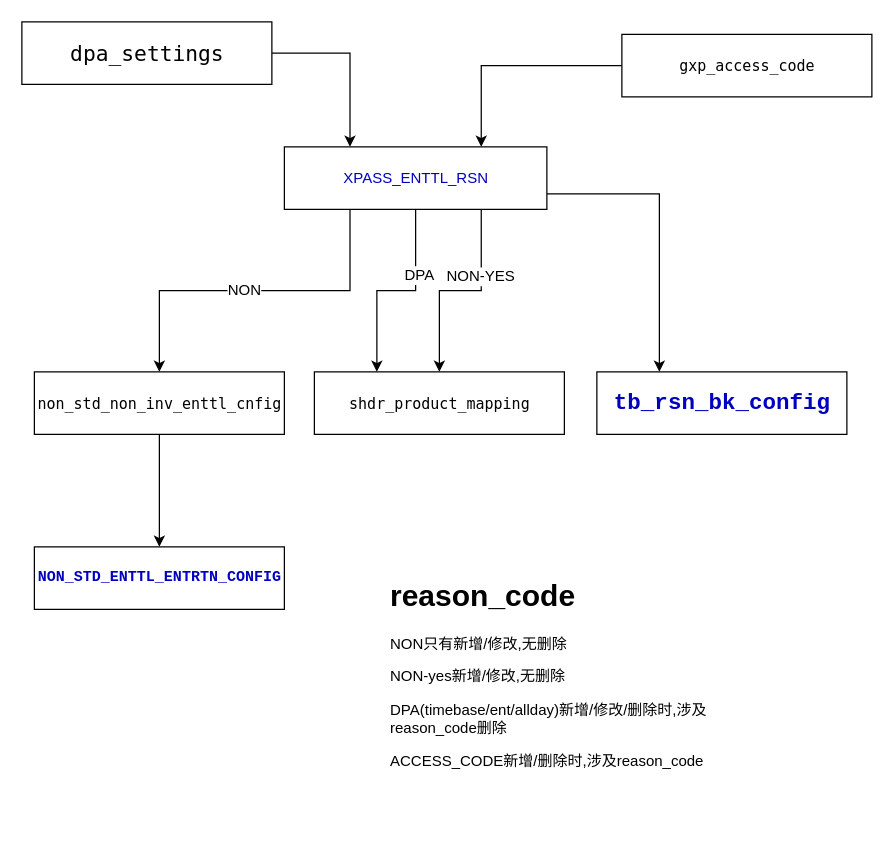
The draw.io diagram disney/reason_code.drawio in lixyu/draw, before the edit. Source tidied: cells renumbered, new cells numbered last; positions are measured from the earlier drawing's top-left corner, leaving out a move shared by most shapes. Both pictures are drawn from the tidied source at 125%, with x=0, y=0 at pixel (21, 21).
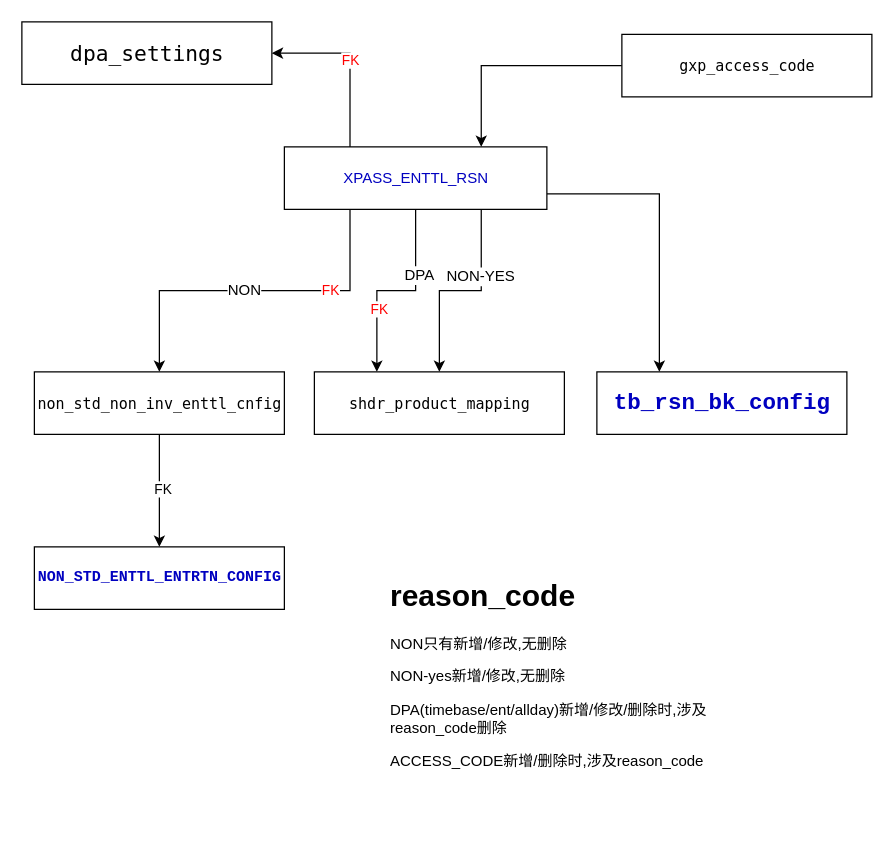
The same page after the edit.

The change refers to these unchanged cells:
```xml
<mxCell id="2" style="edgeStyle=orthogonalEdgeStyle;rounded=0;jettySize=auto;html=1;exitX=0.25;exitY=1;exitDx=0;exitDy=0;fontSize=12;" parent="1" edge="1" source="9" target="12">
  <mxGeometry relative="1" as="geometry" />
</mxCell>
<mxCell id="4" style="edgeStyle=orthogonalEdgeStyle;rounded=0;jettySize=auto;html=1;exitX=0.5;exitY=1;exitDx=0;exitDy=0;entryX=0.25;entryY=0;entryDx=0;entryDy=0;fontSize=12;" parent="1" edge="1" source="9" target="13">
  <mxGeometry relative="1" as="geometry" />
</mxCell>
<mxCell id="9" value="&lt;p style=&quot;background-color: rgb(255 , 255 , 255) ; color: rgb(51 , 51 , 51)&quot;&gt;&lt;span style=&quot;color: rgb(0 , 0 , 192)&quot;&gt;&lt;font style=&quot;font-size: 12px&quot;&gt;XPASS_ENTTL_RSN&lt;/font&gt;&lt;/span&gt;&lt;/p&gt;" style="html=1;" parent="1" vertex="1">
  <mxGeometry x="210" y="100" width="210" height="50" as="geometry" />
</mxCell>
<mxCell id="11" style="edgeStyle=orthogonalEdgeStyle;rounded=0;jettySize=auto;html=1;exitX=0.5;exitY=1;exitDx=0;exitDy=0;fontSize=12;" parent="1" edge="1" source="12" target="10">
  <mxGeometry relative="1" as="geometry" />
</mxCell>
<mxCell id="18" value="&lt;pre style=&quot;background-color: rgb(255 , 255 , 255) ; color: rgb(51 , 51 , 51)&quot;&gt;&lt;p class=&quot;p1&quot; style=&quot;margin: 0px ; font-stretch: normal ; font-size: 17px ; line-height: normal ; font-family: &amp;#34;menlo&amp;#34; ; color: rgb(0 , 0 , 0)&quot;&gt;dpa_settings&lt;/p&gt;&lt;/pre&gt;" style="html=1;" parent="1" vertex="1">
  <mxGeometry width="200" height="50" as="geometry" />
</mxCell>
```

Change to the diagram source:
```diff
@@
+    <mxCell id="20" value="&lt;font color=&quot;#ff0000&quot;&gt;FK&lt;/font&gt;" style="edgeLabel;html=1;align=center;verticalAlign=middle;" parent="2" vertex="1">
+      <mxGeometry x="-0.43" y="-1" relative="1" as="geometry" />
+    </mxCell>
@@
+    <mxCell id="21" value="&lt;font color=&quot;#ff0000&quot;&gt;FK&lt;/font&gt;" style="edgeLabel;html=1;align=center;verticalAlign=middle;" parent="4" vertex="1">
+      <mxGeometry x="0.37" y="1" relative="1" as="geometry" />
+    </mxCell>
@@
+    <mxCell id="22" value="&lt;font color=&quot;#ff0000&quot;&gt;FK&lt;/font&gt;" style="edgeStyle=orthogonalEdgeStyle;rounded=0;jettySize=auto;html=1;exitX=0.25;exitY=0;exitDx=0;exitDy=0;entryX=1;entryY=0.5;entryDx=0;entryDy=0;" parent="1" edge="1" source="9" target="18">
+      <mxGeometry relative="1" as="geometry" />
+    </mxCell>
@@
+    <mxCell id="23" value="FK" style="edgeLabel;html=1;align=center;verticalAlign=middle;" parent="11" vertex="1">
+      <mxGeometry x="-0.04" y="2" relative="1" as="geometry" />
+    </mxCell>
@@
-    <mxCell id="17" style="edgeStyle=orthogonalEdgeStyle;rounded=0;jettySize=auto;html=1;exitX=1;exitY=0.5;exitDx=0;exitDy=0;entryX=0.25;entryY=0;entryDx=0;entryDy=0;" parent="1" edge="1" source="18" target="9">
-      <mxGeometry relative="1" as="geometry" />
-    </mxCell>
```
